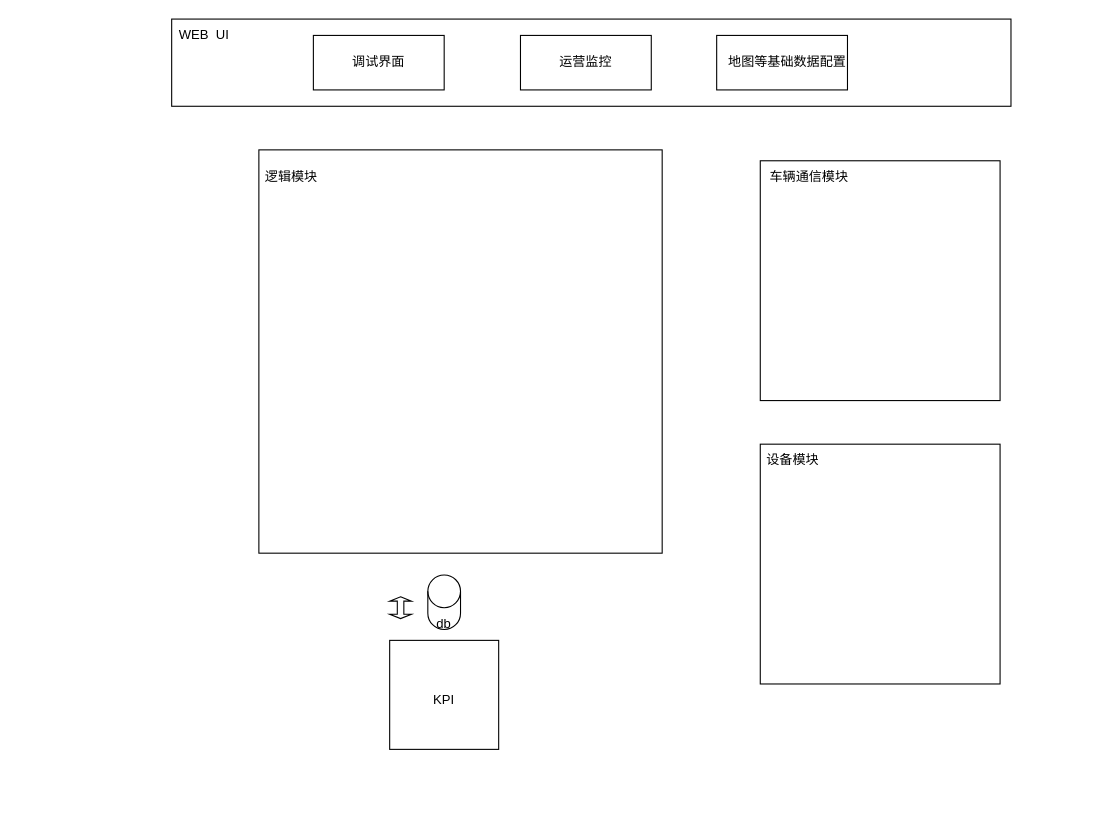
c825503724/fms keeps this draw.io diagram as 架构/模块架构.drawio. Above is the earlier version. Source tidied: cells renumbered, new cells numbered last; positions are measured from the earlier drawing's top-left corner, leaving out a move shared by most shapes. Both pictures are drawn from the tidied source at 109%, with x=0, y=0 at pixel (171, 19).
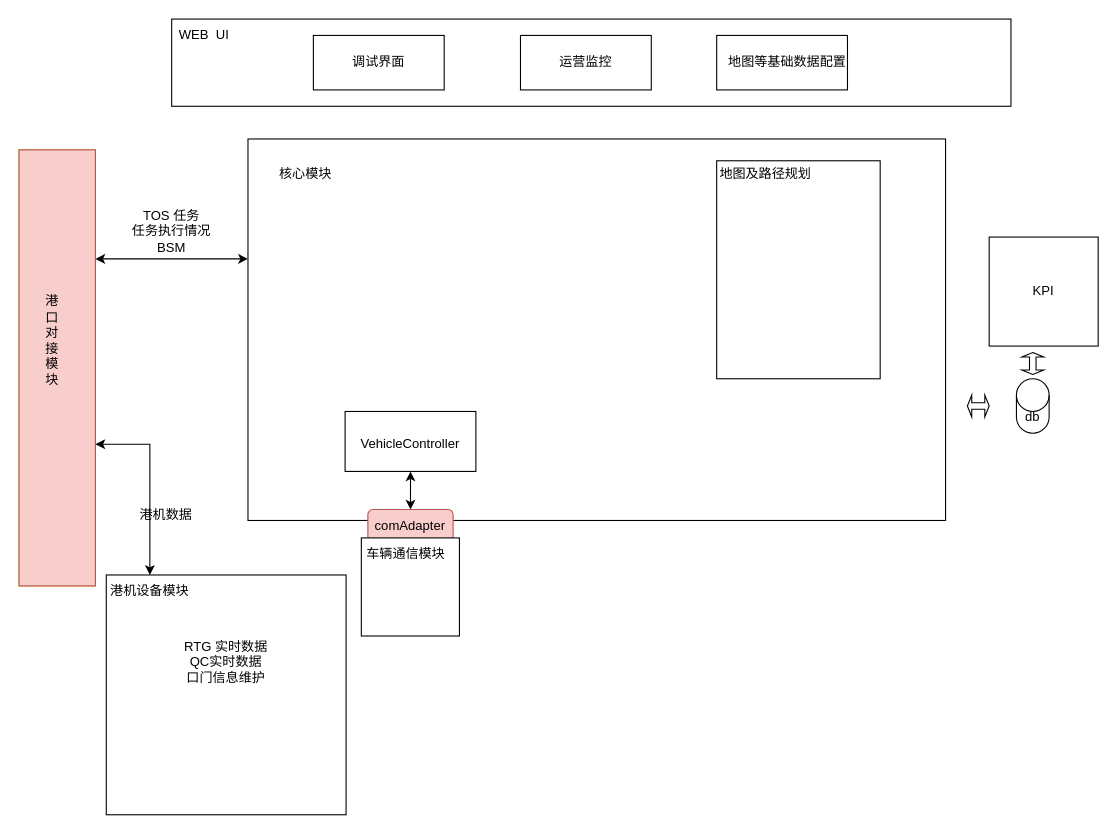
The same page after the edit.

Commit message:
更新模块架构.drawio

Change to the diagram source:
```diff
@@
-    <mxCell id="2" style="whiteSpace=wrap;html=1;" parent="1" vertex="1">
-      <mxGeometry x="80" y="120" width="370" height="370" as="geometry" />
-    </mxCell>
-    <mxCell id="3" value="逻辑模块" style="text;strokeColor=none;align=center;fillColor=none;html=1;verticalAlign=middle;whiteSpace=wrap;rounded=0;" parent="1" vertex="1">
-      <mxGeometry x="80" y="130" width="60" height="30" as="geometry" />
-    </mxCell>
-    <mxCell id="4" style="whiteSpace=wrap;html=1;" parent="1" vertex="1">
-      <mxGeometry x="540" y="130" width="220" height="220" as="geometry" />
-    </mxCell>
-    <mxCell id="5" value="车辆通信模块" style="text;strokeColor=none;align=center;fillColor=none;html=1;verticalAlign=middle;whiteSpace=wrap;rounded=0;" parent="1" vertex="1">
-      <mxGeometry x="540" y="130" width="90" height="30" as="geometry" />
-    </mxCell>
     <mxCell id="6" style="whiteSpace=wrap;html=1;" parent="1" vertex="1">
-      <mxGeometry x="540" y="390" width="220" height="220" as="geometry" />
+      <mxGeometry x="-60" y="510" width="220" height="220" as="geometry" />
     </mxCell>
-    <mxCell id="7" value="设备模块" style="text;strokeColor=none;align=center;fillColor=none;html=1;verticalAlign=middle;whiteSpace=wrap;rounded=0;" parent="1" vertex="1">
-      <mxGeometry x="540" y="390" width="60" height="30" as="geometry" />
+    <mxCell id="7" value="港机设备模块" style="text;strokeColor=none;align=center;fillColor=none;html=1;verticalAlign=middle;whiteSpace=wrap;rounded=0;" parent="1" vertex="1">
+      <mxGeometry x="-60" y="510" width="80" height="30" as="geometry" />
     </mxCell>
-    <mxCell id="8" style="whiteSpace=wrap;html=1;" parent="1" vertex="1">
-      <mxGeometry x="200" y="570" width="100" height="100" as="geometry" />
-    </mxCell>
-    <mxCell id="9" value="KPI" style="text;strokeColor=none;align=center;fillColor=none;html=1;verticalAlign=middle;whiteSpace=wrap;rounded=0;" parent="1" vertex="1">
-      <mxGeometry x="220" y="610" width="60" height="30" as="geometry" />
-    </mxCell>
@@
+    <mxCell id="24" style="group;fillColor=#ffe6cc;strokeColor=#d79b00;fillStyle=solid;" parent="1" vertex="1">
+      <mxGeometry x="-140" y="120" width="70" height="400" as="geometry" />
+    </mxCell>
+    <mxCell id="25" style="whiteSpace=wrap;html=1;fillColor=#f8cecc;strokeColor=#b85450;" parent="24" vertex="1">
+      <mxGeometry width="70" height="400" as="geometry" />
+    </mxCell>
+    <mxCell id="26" value="港口对接模块" style="text;strokeColor=none;align=center;fillColor=none;html=1;verticalAlign=middle;whiteSpace=wrap;rounded=0;" parent="24" vertex="1">
+      <mxGeometry x="20" y="160" width="20.8" height="30" as="geometry" />
+    </mxCell>
+    <mxCell id="27" style="endArrow=classic;startArrow=classic;html=1;rounded=0;exitX=1;exitY=0.25;exitDx=0;exitDy=0;" parent="1" edge="1" source="25">
+      <mxGeometry relative="1" as="geometry">
+        <mxPoint x="70" y="220" as="targetPoint" />
+        <Array as="points">
+          <mxPoint y="220" />
+        </Array>
+      </mxGeometry>
+    </mxCell>
+    <mxCell id="28" style="group;" parent="1" vertex="1">
+      <mxGeometry x="750" y="140" width="100" height="160" as="geometry" />
+    </mxCell>
+    <mxCell id="29" style="group;" parent="28" vertex="1">
+      <mxGeometry y="60" width="100" height="100" as="geometry" />
+    </mxCell>
+    <mxCell id="8" style="whiteSpace=wrap;html=1;" parent="29" vertex="1">
+      <mxGeometry width="100" height="100" as="geometry" />
+    </mxCell>
+    <mxCell id="9" value="KPI" style="text;strokeColor=none;align=center;fillColor=none;html=1;verticalAlign=middle;whiteSpace=wrap;rounded=0;" parent="29" vertex="1">
+      <mxGeometry x="20" y="37.5" width="60" height="25" as="geometry" />
+    </mxCell>
+    <mxCell id="30" style="group;" parent="1" vertex="1">
+      <mxGeometry x="70" y="110" width="640" height="370" as="geometry" />
+    </mxCell>
+    <mxCell id="31" style="whiteSpace=wrap;html=1;" parent="30" vertex="1">
+      <mxGeometry width="640" height="350" as="geometry" />
+    </mxCell>
+    <mxCell id="32" value="核心模块" style="text;strokeColor=none;align=center;fillColor=none;html=1;verticalAlign=middle;whiteSpace=wrap;rounded=0;" parent="30" vertex="1">
+      <mxGeometry x="13.3" y="13" width="80" height="38.9" as="geometry" />
+    </mxCell>
+    <mxCell id="33" value="comAdapter" style="rounded=1;whiteSpace=wrap;html=1;direction=south;fillColor=#f8cecc;strokeColor=#b85450;" parent="30" vertex="1">
+      <mxGeometry x="110" y="340" width="78.2" height="30" as="geometry" />
+    </mxCell>
+    <mxCell id="34" style="group;" parent="30" vertex="1">
+      <mxGeometry x="89.1" y="250" width="120" height="55" as="geometry" />
+    </mxCell>
+    <mxCell id="35" style="group;" parent="34" vertex="1">
+      <mxGeometry width="120" height="55" as="geometry" />
+    </mxCell>
+    <mxCell id="36" style="whiteSpace=wrap;html=1;" parent="35" vertex="1">
+      <mxGeometry width="120" height="55" as="geometry" />
+    </mxCell>
+    <mxCell id="37" value="VehicleController" style="text;strokeColor=none;align=center;fillColor=none;html=1;verticalAlign=middle;whiteSpace=wrap;rounded=0;strokeWidth=5;" parent="35" vertex="1">
+      <mxGeometry x="5" y="10" width="110" height="40" as="geometry" />
+    </mxCell>
+    <mxCell id="38" style="group;" parent="30" vertex="1">
+      <mxGeometry x="420" y="13" width="160" height="207" as="geometry" />
+    </mxCell>
+    <mxCell id="39" style="whiteSpace=wrap;html=1;" parent="38" vertex="1">
+      <mxGeometry x="10" y="7" width="150" height="200" as="geometry" />
+    </mxCell>
+    <mxCell id="40" value="地图及路径规划" style="text;strokeColor=none;align=center;fillColor=none;html=1;verticalAlign=middle;whiteSpace=wrap;rounded=0;" parent="38" vertex="1">
+      <mxGeometry width="110" height="38.9" as="geometry" />
+    </mxCell>
+    <mxCell id="41" style="endArrow=classic;startArrow=classic;html=1;rounded=0;exitX=0.5;exitY=1;exitDx=0;exitDy=0;entryX=0;entryY=0.5;entryDx=0;entryDy=0;" parent="30" edge="1" source="36" target="33">
+      <mxGeometry relative="1" as="geometry" />
+    </mxCell>
+    <mxCell id="42" style="endArrow=classic;startArrow=classic;html=1;rounded=0;entryX=0.5;entryY=0;entryDx=0;entryDy=0;" parent="1" edge="1" target="7">
+      <mxGeometry relative="1" as="geometry">
+        <mxPoint x="-70" y="390" as="sourcePoint" />
+        <Array as="points">
+          <mxPoint x="-20" y="390" />
+        </Array>
+      </mxGeometry>
+    </mxCell>
+    <mxCell id="43" value="TOS 任务&lt;br&gt;任务执行情况&lt;br&gt;BSM" style="text;strokeColor=none;align=center;fillColor=none;html=1;verticalAlign=middle;whiteSpace=wrap;rounded=0;" parent="1" vertex="1">
+      <mxGeometry x="-45" y="180" width="90" height="30" as="geometry" />
+    </mxCell>
+    <mxCell id="44" value="港机数据" style="text;strokeColor=none;align=center;fillColor=none;html=1;verticalAlign=middle;whiteSpace=wrap;rounded=0;" parent="1" vertex="1">
+      <mxGeometry x="-50" y="440" width="90" height="30" as="geometry" />
+    </mxCell>
+    <mxCell id="45" style="group;" parent="1" vertex="1">
+      <mxGeometry x="170" y="476" width="94" height="90" as="geometry" />
+    </mxCell>
+    <mxCell id="4" style="whiteSpace=wrap;html=1;" parent="45" vertex="1">
+      <mxGeometry x="4" width="90" height="90" as="geometry" />
+    </mxCell>
+    <mxCell id="5" value="车辆通信模块" style="text;strokeColor=none;align=center;fillColor=none;html=1;verticalAlign=middle;whiteSpace=wrap;rounded=0;" parent="45" vertex="1">
+      <mxGeometry width="90" height="30" as="geometry" />
+    </mxCell>
+    <mxCell id="23" style="shape=doubleArrow;direction=west;whiteSpace=wrap;html=1;" parent="1" vertex="1">
+      <mxGeometry x="730" y="345" width="20" height="20" as="geometry" />
+    </mxCell>
+    <mxCell id="46" value="RTG 实时数据&lt;br&gt;QC实时数据&lt;br&gt;口门信息维护" style="text;strokeColor=none;align=center;fillColor=none;html=1;verticalAlign=middle;whiteSpace=wrap;rounded=0;" parent="1" vertex="1">
+      <mxGeometry y="575" width="100" height="30" as="geometry" />
+    </mxCell>
+    <mxCell id="47" style="group;" parent="1" vertex="1">
+      <mxGeometry x="760" y="330" width="60" height="50" as="geometry" />
+    </mxCell>
-    <mxCell id="21" style="shape=cylinder3;whiteSpace=wrap;html=1;boundedLbl=1;backgroundOutline=1;size=15;" parent="1" vertex="1">
-      <mxGeometry x="235" y="510" width="30" height="50" as="geometry" />
+    <mxCell id="21" style="shape=cylinder3;whiteSpace=wrap;html=1;boundedLbl=1;backgroundOutline=1;size=15;" parent="47" vertex="1">
+      <mxGeometry x="15" width="30" height="50" as="geometry" />
     </mxCell>
-    <mxCell id="22" value="db" style="text;strokeColor=none;align=center;fillColor=none;html=1;verticalAlign=middle;whiteSpace=wrap;rounded=0;" parent="1" vertex="1">
-      <mxGeometry x="220" y="540" width="60" height="30" as="geometry" />
+    <mxCell id="22" value="db" style="text;strokeColor=none;align=center;fillColor=none;html=1;verticalAlign=middle;whiteSpace=wrap;rounded=0;" parent="47" vertex="1">
+      <mxGeometry y="20" width="60" height="30" as="geometry" />
     </mxCell>
-    <mxCell id="23" style="shape=doubleArrow;direction=south;whiteSpace=wrap;html=1;" parent="1" vertex="1">
-      <mxGeometry x="200" y="530" width="20" height="20" as="geometry" />
-    </mxCell>
+    <mxCell id="48" style="shape=doubleArrow;direction=west;whiteSpace=wrap;html=1;rotation=-90;" parent="1" vertex="1">
+      <mxGeometry x="780" y="306" width="20" height="20" as="geometry" />
+    </mxCell>
```
